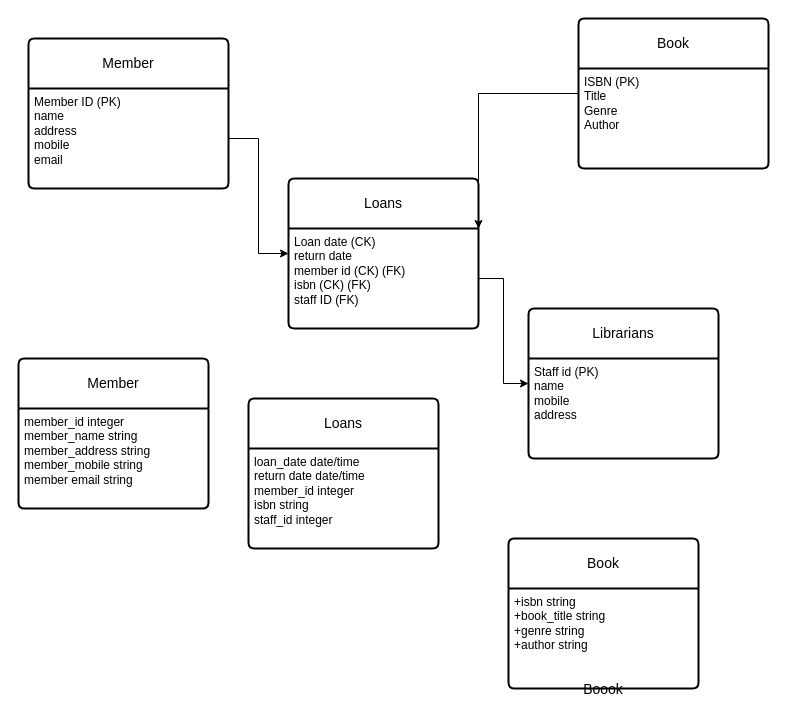
The draw.io diagram ERD Library.drawio in AustraIian/AustraIian, before the edit. Source tidied: cells renumbered, new cells numbered last; positions are measured from the earlier drawing's top-left corner, leaving out a move shared by most shapes. Both pictures are drawn from the tidied source at 100%, with x=0, y=0 at pixel (18, 18).
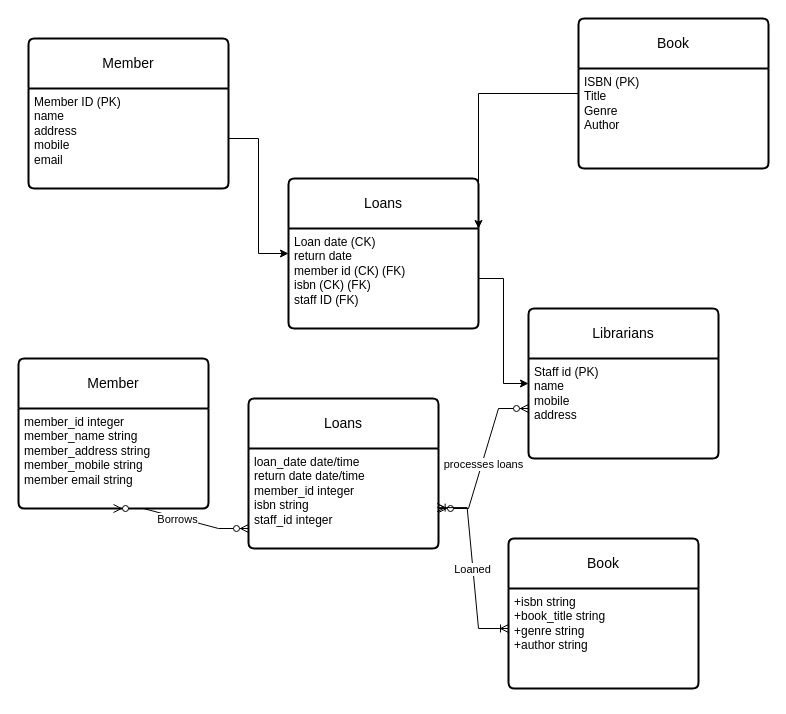
Above is the later version.

The change refers to these unchanged cells:
```xml
<mxCell id="12" value="member_id integer&lt;div&gt;member_name string&lt;/div&gt;&lt;div&gt;member_address string&lt;/div&gt;&lt;div&gt;member_mobile string&amp;nbsp;&lt;/div&gt;&lt;div&gt;member email string&amp;nbsp;&lt;/div&gt;" style="align=left;strokeColor=none;fillColor=none;spacingLeft=4;fontSize=12;verticalAlign=top;html=1;" parent="11" vertex="1">
  <mxGeometry y="50" width="190" height="100" as="geometry" />
</mxCell>
<mxCell id="16" value="loan_date date/time&lt;div&gt;return date date/time&lt;/div&gt;&lt;div&gt;member_id integer&lt;/div&gt;&lt;div&gt;isbn string&lt;/div&gt;&lt;div&gt;staff_id integer&lt;/div&gt;" style="align=left;strokeColor=none;fillColor=none;spacingLeft=4;fontSize=12;verticalAlign=top;html=1;" parent="15" vertex="1">
  <mxGeometry y="50" width="190" height="100" as="geometry" />
</mxCell>
<mxCell id="17" value="Book" style="swimlane;horizontal=1;startSize=50;rounded=1;fontSize=14;fontStyle=0;strokeWidth=2;shadow=0;dashed=0;align=center;arcSize=4;whiteSpace=wrap;html=1;" parent="1" vertex="1">
  <mxGeometry x="490" y="520" width="190" height="150" as="geometry" />
</mxCell>
```

What changed in the source:
```diff
@@
-    <mxCell id="19" value="Boook" style="swimlane;horizontal=1;startSize=50;rounded=1;fontSize=14;fontStyle=0;strokeWidth=2;shadow=0;dashed=0;align=center;arcSize=4;whiteSpace=wrap;html=1;" parent="17" vertex="1">
+    <mxCell id="19" style="swimlane;horizontal=1;startSize=50;rounded=1;fontSize=14;fontStyle=0;strokeWidth=2;shadow=0;dashed=0;align=center;arcSize=4;whiteSpace=wrap;html=1;" parent="17" vertex="1">
       <mxGeometry y="150" width="190" as="geometry" />
     </mxCell>
+    <mxCell id="20" style="edgeStyle=entityRelationEdgeStyle;fontSize=12;html=1;endArrow=ERzeroToMany;endFill=1;startArrow=ERzeroToMany;rounded=0;" parent="1" edge="1">
+      <mxGeometry relative="1" as="geometry">
+        <mxPoint x="420" y="490" as="sourcePoint" />
+        <mxPoint x="510" y="390" as="targetPoint" />
+      </mxGeometry>
+    </mxCell>
+    <mxCell id="21" value="processes loans" style="edgeLabel;html=1;align=center;verticalAlign=middle;" parent="20" vertex="1">
+      <mxGeometry x="-0.06" y="-1" relative="1" as="geometry" />
+    </mxCell>
+    <mxCell id="22" style="edgeStyle=entityRelationEdgeStyle;fontSize=12;html=1;endArrow=ERzeroToMany;endFill=1;startArrow=ERzeroToMany;rounded=0;exitX=0.5;exitY=1;exitDx=0;exitDy=0;" parent="1" edge="1" source="12">
+      <mxGeometry relative="1" as="geometry">
+        <mxPoint x="230" y="510" as="targetPoint" />
+      </mxGeometry>
+    </mxCell>
+    <mxCell id="23" value="Borrows" style="edgeLabel;html=1;align=center;verticalAlign=middle;" parent="22" vertex="1">
+      <mxGeometry x="-0.06" y="-2" relative="1" as="geometry" />
+    </mxCell>
+    <mxCell id="24" style="edgeStyle=entityRelationEdgeStyle;fontSize=12;html=1;endArrow=ERoneToMany;startArrow=ERoneToMany;rounded=0;exitX=0.993;exitY=0.591;exitDx=0;exitDy=0;exitPerimeter=0;" parent="1" edge="1" source="16">
+      <mxGeometry relative="1" as="geometry">
+        <mxPoint x="490" y="610" as="targetPoint" />
+      </mxGeometry>
+    </mxCell>
+    <mxCell id="25" value="Loaned" style="edgeLabel;html=1;align=center;verticalAlign=middle;" parent="24" vertex="1">
+      <mxGeometry x="0.01" y="-1" relative="1" as="geometry" />
+    </mxCell>
```
